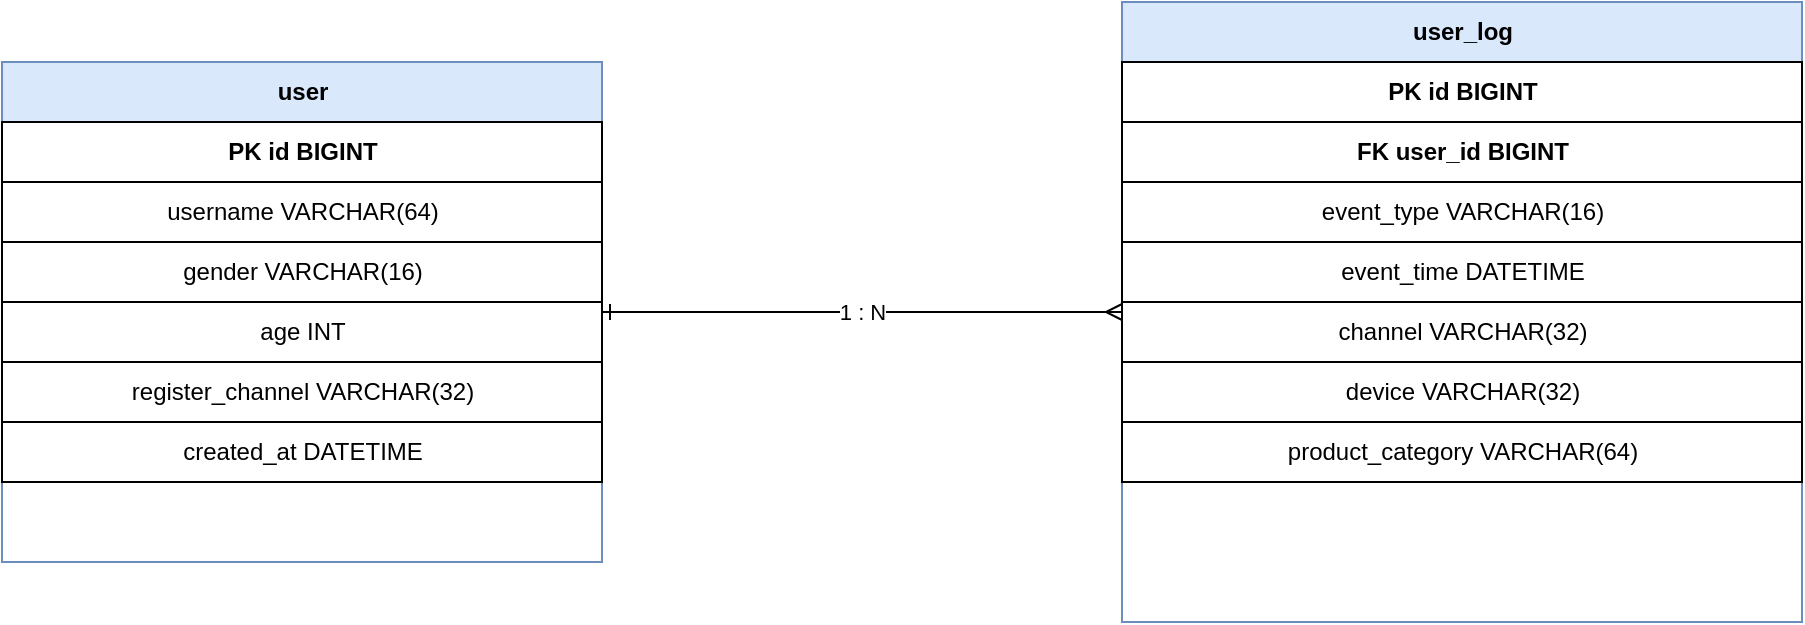
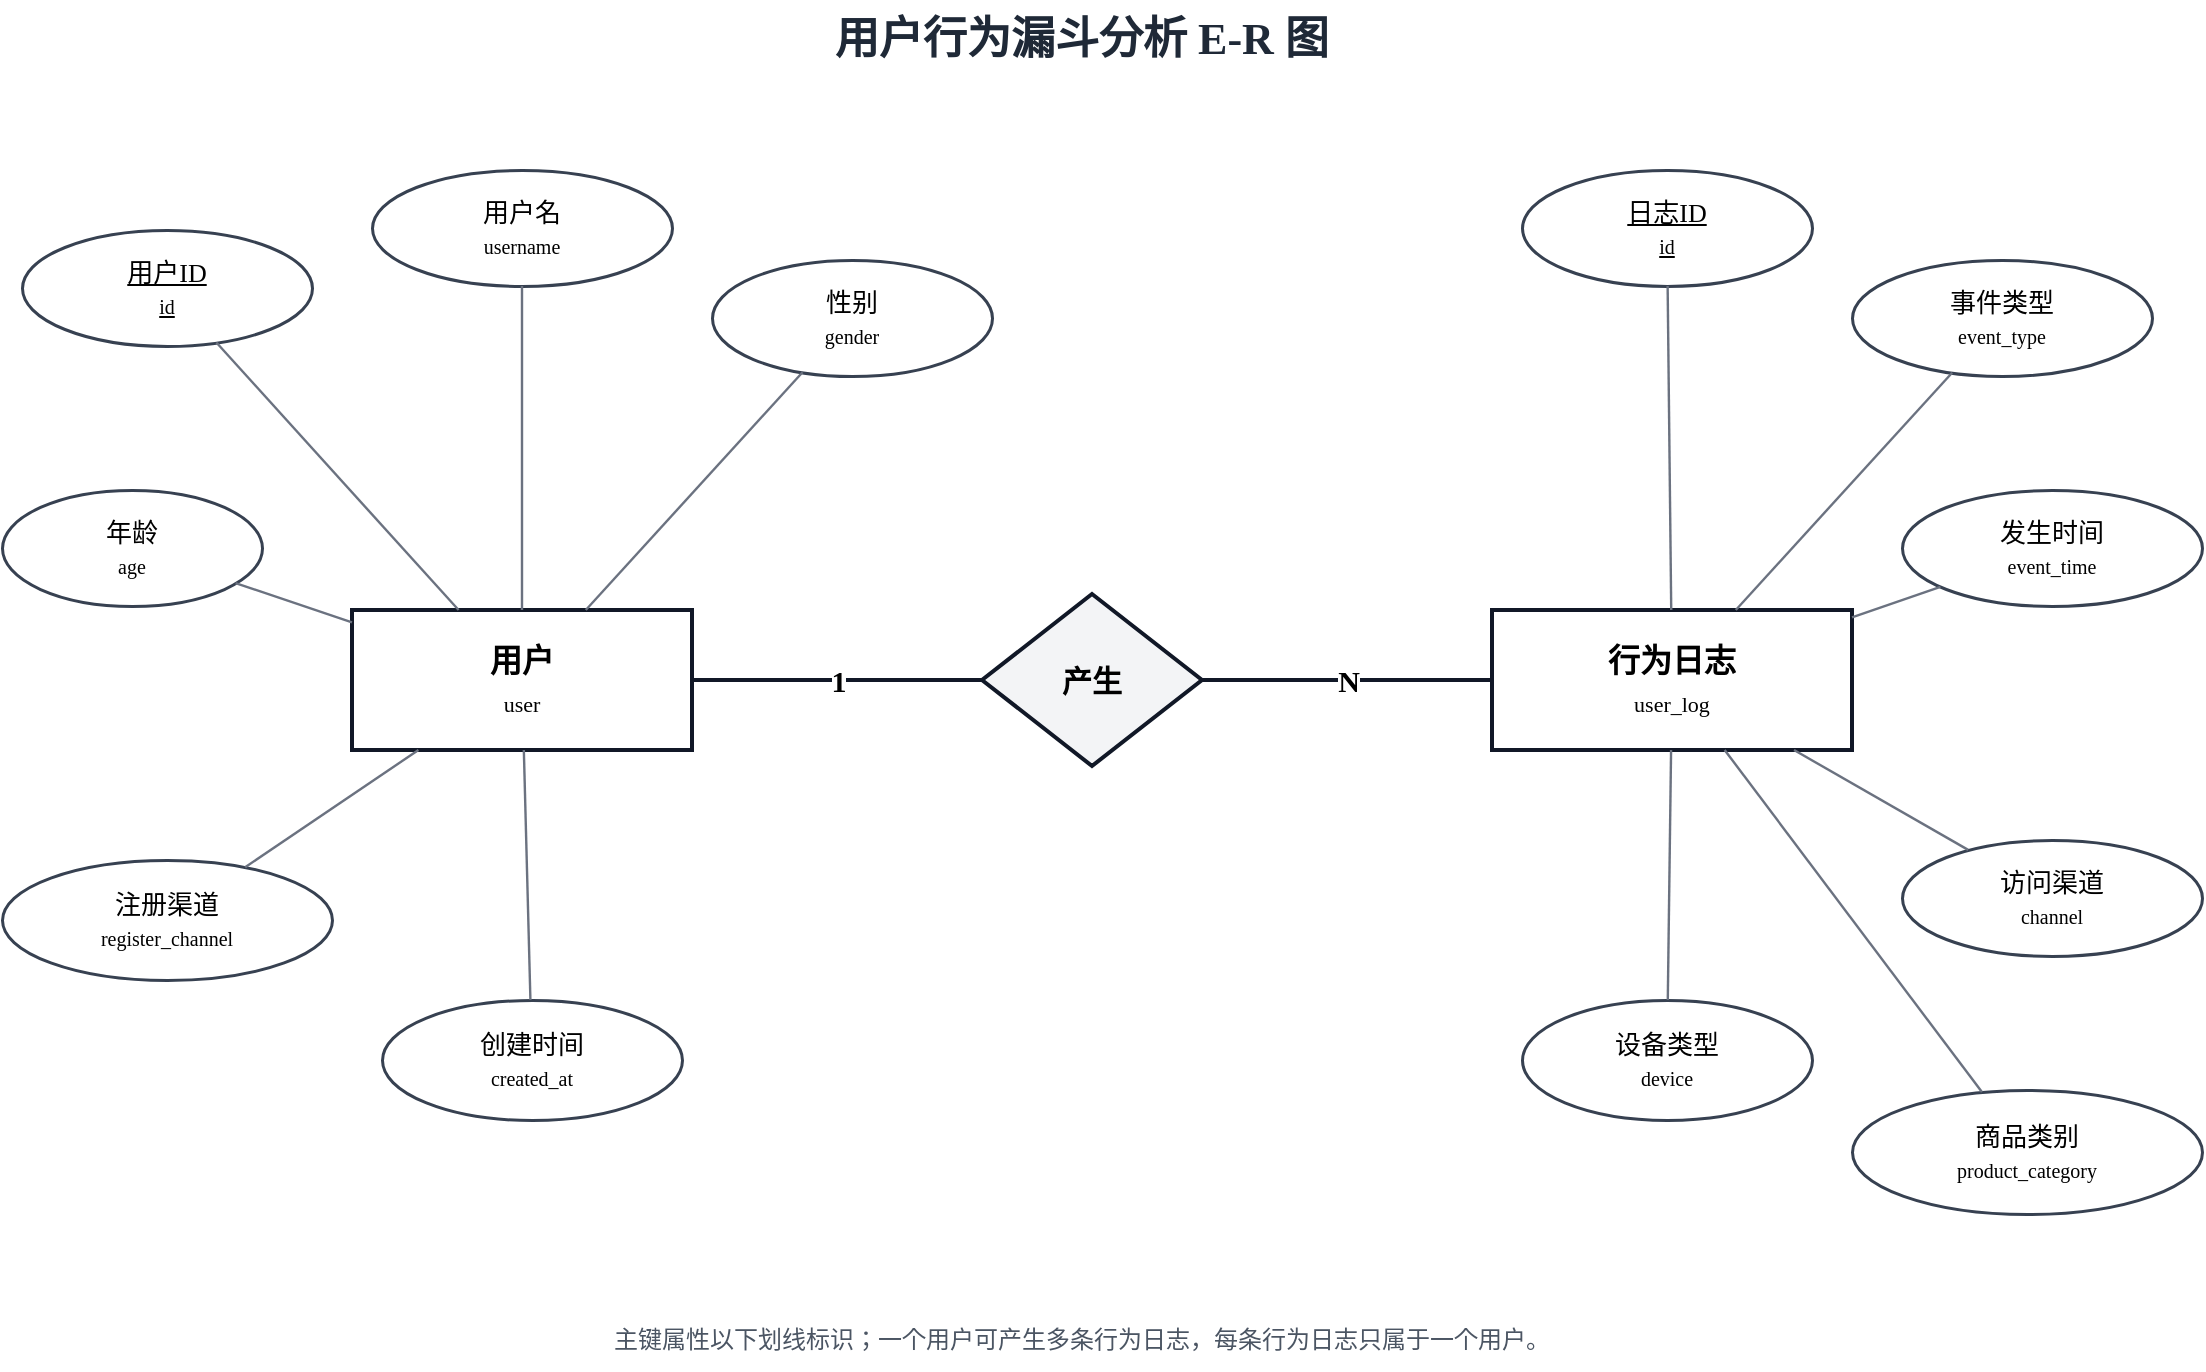
<?xml version="1.0" encoding="UTF-8"?>
- <mxfile host="drawio" version="26.0.0">
-   <diagram name="ERD">
+ <mxfile host="drawio" version="30.0.4">
+   <diagram name="E-R 图">
    <mxGraphModel dx="1200" dy="800" grid="1" gridSize="10" guides="1" tooltips="1" connect="1" arrows="1" fold="1" page="1" pageScale="1" pageWidth="1169" pageHeight="827" math="0" shadow="0">
      <root>
        <mxCell id="0"/>
        <mxCell id="1" parent="0"/>
-         <mxCell id="2" value="user" style="shape=table;startSize=30;container=1;collapsible=1;childLayout=tableLayout;fixedRows=1;rowLines=0;fontStyle=1;strokeColor=#6c8ebf;fillColor=#dae8fc;html=1;" vertex="1" parent="1">
-           <mxGeometry x="120" y="120" width="300" height="250" as="geometry"/>
+         <mxCell id="title" value="用户行为漏斗分析 E-R 图" style="text;html=1;strokeColor=none;fillColor=none;align=center;verticalAlign=middle;whiteSpace=wrap;fontFamily=Microsoft YaHei;fontSize=22;fontStyle=1;fontColor=#1f2937;" vertex="1" parent="1">
+           <mxGeometry x="350" y="35" width="470" height="40" as="geometry"/>
        </mxCell>
-         <mxCell id="3" value="PK id BIGINT" style="shape=tableRow;horizontal=1;startSize=0;swimlaneHead=0;swimlaneBody=0;fillColor=none;collapsible=0;dropTarget=0;points=[[0,0.5],[1,0.5]];portConstraint=eastwest;fontSize=12;fontStyle=1;html=1;" vertex="1" parent="2">
-           <mxGeometry y="30" width="300" height="30" as="geometry"/>
+         <mxCell id="user" value="&lt;b&gt;用户&lt;/b&gt;&lt;br&gt;&lt;font style=&quot;font-size:11px&quot;&gt;user&lt;/font&gt;" style="rounded=0;whiteSpace=wrap;html=1;fillColor=#ffffff;strokeColor=#111827;strokeWidth=2;fontFamily=Microsoft YaHei;fontSize=16;align=center;verticalAlign=middle;" vertex="1" parent="1">
+           <mxGeometry x="220" y="340" width="170" height="70" as="geometry"/>
        </mxCell>
-         <mxCell id="4" value="username VARCHAR(64)" style="shape=tableRow;horizontal=1;startSize=0;swimlaneHead=0;swimlaneBody=0;fillColor=none;collapsible=0;dropTarget=0;points=[[0,0.5],[1,0.5]];portConstraint=eastwest;fontSize=12;html=1;" vertex="1" parent="2">
-           <mxGeometry y="60" width="300" height="30" as="geometry"/>
+         <mxCell id="log" value="&lt;b&gt;行为日志&lt;/b&gt;&lt;br&gt;&lt;font style=&quot;font-size:11px&quot;&gt;user_log&lt;/font&gt;" style="rounded=0;whiteSpace=wrap;html=1;fillColor=#ffffff;strokeColor=#111827;strokeWidth=2;fontFamily=Microsoft YaHei;fontSize=16;align=center;verticalAlign=middle;" vertex="1" parent="1">
+           <mxGeometry x="790" y="340" width="180" height="70" as="geometry"/>
        </mxCell>
-         <mxCell id="5" value="gender VARCHAR(16)" style="shape=tableRow;horizontal=1;startSize=0;swimlaneHead=0;swimlaneBody=0;fillColor=none;collapsible=0;dropTarget=0;points=[[0,0.5],[1,0.5]];portConstraint=eastwest;fontSize=12;html=1;" vertex="1" parent="2">
-           <mxGeometry y="90" width="300" height="30" as="geometry"/>
+         <mxCell id="relation" value="产生" style="rhombus;whiteSpace=wrap;html=1;fillColor=#f3f4f6;strokeColor=#111827;strokeWidth=2;fontFamily=Microsoft YaHei;fontSize=15;fontStyle=1;align=center;verticalAlign=middle;" vertex="1" parent="1">
+           <mxGeometry x="535" y="332" width="110" height="86" as="geometry"/>
        </mxCell>
-         <mxCell id="6" value="age INT" style="shape=tableRow;horizontal=1;startSize=0;swimlaneHead=0;swimlaneBody=0;fillColor=none;collapsible=0;dropTarget=0;points=[[0,0.5],[1,0.5]];portConstraint=eastwest;fontSize=12;html=1;" vertex="1" parent="2">
-           <mxGeometry y="120" width="300" height="30" as="geometry"/>
+         <mxCell id="user_id" value="用户ID&lt;br&gt;&lt;font style=&quot;font-size:10px&quot;&gt;id&lt;/font&gt;" style="ellipse;whiteSpace=wrap;html=1;fillColor=#ffffff;strokeColor=#374151;strokeWidth=1.5;fontFamily=Microsoft YaHei;fontSize=13;fontStyle=4;align=center;verticalAlign=middle;" vertex="1" parent="1">
+           <mxGeometry x="55" y="150" width="145" height="58" as="geometry"/>
        </mxCell>
-         <mxCell id="7" value="register_channel VARCHAR(32)" style="shape=tableRow;horizontal=1;startSize=0;swimlaneHead=0;swimlaneBody=0;fillColor=none;collapsible=0;dropTarget=0;points=[[0,0.5],[1,0.5]];portConstraint=eastwest;fontSize=12;html=1;" vertex="1" parent="2">
-           <mxGeometry y="150" width="300" height="30" as="geometry"/>
+         <mxCell id="username" value="用户名&lt;br&gt;&lt;font style=&quot;font-size:10px&quot;&gt;username&lt;/font&gt;" style="ellipse;whiteSpace=wrap;html=1;fillColor=#ffffff;strokeColor=#374151;strokeWidth=1.5;fontFamily=Microsoft YaHei;fontSize=13;align=center;verticalAlign=middle;" vertex="1" parent="1">
+           <mxGeometry x="230" y="120" width="150" height="58" as="geometry"/>
        </mxCell>
-         <mxCell id="8" value="created_at DATETIME" style="shape=tableRow;horizontal=1;startSize=0;swimlaneHead=0;swimlaneBody=0;fillColor=none;collapsible=0;dropTarget=0;points=[[0,0.5],[1,0.5]];portConstraint=eastwest;fontSize=12;html=1;" vertex="1" parent="2">
-           <mxGeometry y="180" width="300" height="30" as="geometry"/>
+         <mxCell id="gender" value="性别&lt;br&gt;&lt;font style=&quot;font-size:10px&quot;&gt;gender&lt;/font&gt;" style="ellipse;whiteSpace=wrap;html=1;fillColor=#ffffff;strokeColor=#374151;strokeWidth=1.5;fontFamily=Microsoft YaHei;fontSize=13;align=center;verticalAlign=middle;" vertex="1" parent="1">
+           <mxGeometry x="400" y="165" width="140" height="58" as="geometry"/>
        </mxCell>
-         <mxCell id="9" value="user_log" style="shape=table;startSize=30;container=1;collapsible=1;childLayout=tableLayout;fixedRows=1;rowLines=0;fontStyle=1;strokeColor=#6c8ebf;fillColor=#dae8fc;html=1;" vertex="1" parent="1">
-           <mxGeometry x="680" y="90" width="340" height="310" as="geometry"/>
+         <mxCell id="age" value="年龄&lt;br&gt;&lt;font style=&quot;font-size:10px&quot;&gt;age&lt;/font&gt;" style="ellipse;whiteSpace=wrap;html=1;fillColor=#ffffff;strokeColor=#374151;strokeWidth=1.5;fontFamily=Microsoft YaHei;fontSize=13;align=center;verticalAlign=middle;" vertex="1" parent="1">
+           <mxGeometry x="45" y="280" width="130" height="58" as="geometry"/>
        </mxCell>
-         <mxCell id="10" value="PK id BIGINT" style="shape=tableRow;horizontal=1;startSize=0;swimlaneHead=0;swimlaneBody=0;fillColor=none;collapsible=0;dropTarget=0;points=[[0,0.5],[1,0.5]];portConstraint=eastwest;fontSize=12;fontStyle=1;html=1;" vertex="1" parent="9">
-           <mxGeometry y="30" width="340" height="30" as="geometry"/>
+         <mxCell id="register_channel" value="注册渠道&lt;br&gt;&lt;font style=&quot;font-size:10px&quot;&gt;register_channel&lt;/font&gt;" style="ellipse;whiteSpace=wrap;html=1;fillColor=#ffffff;strokeColor=#374151;strokeWidth=1.5;fontFamily=Microsoft YaHei;fontSize=13;align=center;verticalAlign=middle;" vertex="1" parent="1">
+           <mxGeometry x="45" y="465" width="165" height="60" as="geometry"/>
        </mxCell>
-         <mxCell id="11" value="FK user_id BIGINT" style="shape=tableRow;horizontal=1;startSize=0;swimlaneHead=0;swimlaneBody=0;fillColor=none;collapsible=0;dropTarget=0;points=[[0,0.5],[1,0.5]];portConstraint=eastwest;fontSize=12;fontStyle=1;html=1;" vertex="1" parent="9">
-           <mxGeometry y="60" width="340" height="30" as="geometry"/>
+         <mxCell id="created_at" value="创建时间&lt;br&gt;&lt;font style=&quot;font-size:10px&quot;&gt;created_at&lt;/font&gt;" style="ellipse;whiteSpace=wrap;html=1;fillColor=#ffffff;strokeColor=#374151;strokeWidth=1.5;fontFamily=Microsoft YaHei;fontSize=13;align=center;verticalAlign=middle;" vertex="1" parent="1">
+           <mxGeometry x="235" y="535" width="150" height="60" as="geometry"/>
        </mxCell>
-         <mxCell id="12" value="event_type VARCHAR(16)" style="shape=tableRow;horizontal=1;startSize=0;swimlaneHead=0;swimlaneBody=0;fillColor=none;collapsible=0;dropTarget=0;points=[[0,0.5],[1,0.5]];portConstraint=eastwest;fontSize=12;html=1;" vertex="1" parent="9">
-           <mxGeometry y="90" width="340" height="30" as="geometry"/>
+         <mxCell id="log_id" value="日志ID&lt;br&gt;&lt;font style=&quot;font-size:10px&quot;&gt;id&lt;/font&gt;" style="ellipse;whiteSpace=wrap;html=1;fillColor=#ffffff;strokeColor=#374151;strokeWidth=1.5;fontFamily=Microsoft YaHei;fontSize=13;fontStyle=4;align=center;verticalAlign=middle;" vertex="1" parent="1">
+           <mxGeometry x="805" y="120" width="145" height="58" as="geometry"/>
        </mxCell>
-         <mxCell id="13" value="event_time DATETIME" style="shape=tableRow;horizontal=1;startSize=0;swimlaneHead=0;swimlaneBody=0;fillColor=none;collapsible=0;dropTarget=0;points=[[0,0.5],[1,0.5]];portConstraint=eastwest;fontSize=12;html=1;" vertex="1" parent="9">
-           <mxGeometry y="120" width="340" height="30" as="geometry"/>
+         <mxCell id="event_type" value="事件类型&lt;br&gt;&lt;font style=&quot;font-size:10px&quot;&gt;event_type&lt;/font&gt;" style="ellipse;whiteSpace=wrap;html=1;fillColor=#ffffff;strokeColor=#374151;strokeWidth=1.5;fontFamily=Microsoft YaHei;fontSize=13;align=center;verticalAlign=middle;" vertex="1" parent="1">
+           <mxGeometry x="970" y="165" width="150" height="58" as="geometry"/>
        </mxCell>
-         <mxCell id="14" value="channel VARCHAR(32)" style="shape=tableRow;horizontal=1;startSize=0;swimlaneHead=0;swimlaneBody=0;fillColor=none;collapsible=0;dropTarget=0;points=[[0,0.5],[1,0.5]];portConstraint=eastwest;fontSize=12;html=1;" vertex="1" parent="9">
-           <mxGeometry y="150" width="340" height="30" as="geometry"/>
+         <mxCell id="event_time" value="发生时间&lt;br&gt;&lt;font style=&quot;font-size:10px&quot;&gt;event_time&lt;/font&gt;" style="ellipse;whiteSpace=wrap;html=1;fillColor=#ffffff;strokeColor=#374151;strokeWidth=1.5;fontFamily=Microsoft YaHei;fontSize=13;align=center;verticalAlign=middle;" vertex="1" parent="1">
+           <mxGeometry x="995" y="280" width="150" height="58" as="geometry"/>
        </mxCell>
-         <mxCell id="15" value="device VARCHAR(32)" style="shape=tableRow;horizontal=1;startSize=0;swimlaneHead=0;swimlaneBody=0;fillColor=none;collapsible=0;dropTarget=0;points=[[0,0.5],[1,0.5]];portConstraint=eastwest;fontSize=12;html=1;" vertex="1" parent="9">
-           <mxGeometry y="180" width="340" height="30" as="geometry"/>
+         <mxCell id="channel" value="访问渠道&lt;br&gt;&lt;font style=&quot;font-size:10px&quot;&gt;channel&lt;/font&gt;" style="ellipse;whiteSpace=wrap;html=1;fillColor=#ffffff;strokeColor=#374151;strokeWidth=1.5;fontFamily=Microsoft YaHei;fontSize=13;align=center;verticalAlign=middle;" vertex="1" parent="1">
+           <mxGeometry x="995" y="455" width="150" height="58" as="geometry"/>
        </mxCell>
-         <mxCell id="16" value="product_category VARCHAR(64)" style="shape=tableRow;horizontal=1;startSize=0;swimlaneHead=0;swimlaneBody=0;fillColor=none;collapsible=0;dropTarget=0;points=[[0,0.5],[1,0.5]];portConstraint=eastwest;fontSize=12;html=1;" vertex="1" parent="9">
-           <mxGeometry y="210" width="340" height="30" as="geometry"/>
+         <mxCell id="device" value="设备类型&lt;br&gt;&lt;font style=&quot;font-size:10px&quot;&gt;device&lt;/font&gt;" style="ellipse;whiteSpace=wrap;html=1;fillColor=#ffffff;strokeColor=#374151;strokeWidth=1.5;fontFamily=Microsoft YaHei;fontSize=13;align=center;verticalAlign=middle;" vertex="1" parent="1">
+           <mxGeometry x="805" y="535" width="145" height="60" as="geometry"/>
        </mxCell>
-         <mxCell id="17" value="1 : N" style="edgeStyle=orthogonalEdgeStyle;rounded=1;orthogonalLoop=1;jettySize=auto;html=1;endArrow=ERmany;startArrow=ERone;exitX=1;exitY=0.5;exitDx=0;exitDy=0;entryX=0;entryY=0.5;entryDx=0;entryDy=0;" edge="1" parent="1" source="2" target="9">
+         <mxCell id="product_category" value="商品类别&lt;br&gt;&lt;font style=&quot;font-size:10px&quot;&gt;product_category&lt;/font&gt;" style="ellipse;whiteSpace=wrap;html=1;fillColor=#ffffff;strokeColor=#374151;strokeWidth=1.5;fontFamily=Microsoft YaHei;fontSize=13;align=center;verticalAlign=middle;" vertex="1" parent="1">
+           <mxGeometry x="970" y="580" width="175" height="62" as="geometry"/>
+         </mxCell>
+         <mxCell id="user_relation" value="1" style="edgeStyle=none;rounded=0;html=1;endArrow=none;startArrow=none;strokeColor=#111827;strokeWidth=2;fontFamily=Microsoft YaHei;fontSize=15;fontStyle=1;labelBackgroundColor=#ffffff;" edge="1" parent="1" source="user" target="relation">
          <mxGeometry relative="1" as="geometry"/>
+         </mxCell>
+         <mxCell id="relation_log" value="N" style="edgeStyle=none;rounded=0;html=1;endArrow=none;startArrow=none;strokeColor=#111827;strokeWidth=2;fontFamily=Microsoft YaHei;fontSize=15;fontStyle=1;labelBackgroundColor=#ffffff;" edge="1" parent="1" source="relation" target="log">
+           <mxGeometry relative="1" as="geometry"/>
+         </mxCell>
+         <mxCell id="e_user_id" value="" style="edgeStyle=none;rounded=0;html=1;endArrow=none;startArrow=none;strokeColor=#6b7280;strokeWidth=1.2;" edge="1" parent="1" source="user" target="user_id"><mxGeometry relative="1" as="geometry"/></mxCell>
+         <mxCell id="e_username" value="" style="edgeStyle=none;rounded=0;html=1;endArrow=none;startArrow=none;strokeColor=#6b7280;strokeWidth=1.2;" edge="1" parent="1" source="user" target="username"><mxGeometry relative="1" as="geometry"/></mxCell>
+         <mxCell id="e_gender" value="" style="edgeStyle=none;rounded=0;html=1;endArrow=none;startArrow=none;strokeColor=#6b7280;strokeWidth=1.2;" edge="1" parent="1" source="user" target="gender"><mxGeometry relative="1" as="geometry"/></mxCell>
+         <mxCell id="e_age" value="" style="edgeStyle=none;rounded=0;html=1;endArrow=none;startArrow=none;strokeColor=#6b7280;strokeWidth=1.2;" edge="1" parent="1" source="user" target="age"><mxGeometry relative="1" as="geometry"/></mxCell>
+         <mxCell id="e_register" value="" style="edgeStyle=none;rounded=0;html=1;endArrow=none;startArrow=none;strokeColor=#6b7280;strokeWidth=1.2;" edge="1" parent="1" source="user" target="register_channel"><mxGeometry relative="1" as="geometry"/></mxCell>
+         <mxCell id="e_created" value="" style="edgeStyle=none;rounded=0;html=1;endArrow=none;startArrow=none;strokeColor=#6b7280;strokeWidth=1.2;" edge="1" parent="1" source="user" target="created_at"><mxGeometry relative="1" as="geometry"/></mxCell>
+         <mxCell id="e_log_id" value="" style="edgeStyle=none;rounded=0;html=1;endArrow=none;startArrow=none;strokeColor=#6b7280;strokeWidth=1.2;" edge="1" parent="1" source="log" target="log_id"><mxGeometry relative="1" as="geometry"/></mxCell>
+         <mxCell id="e_event_type" value="" style="edgeStyle=none;rounded=0;html=1;endArrow=none;startArrow=none;strokeColor=#6b7280;strokeWidth=1.2;" edge="1" parent="1" source="log" target="event_type"><mxGeometry relative="1" as="geometry"/></mxCell>
+         <mxCell id="e_event_time" value="" style="edgeStyle=none;rounded=0;html=1;endArrow=none;startArrow=none;strokeColor=#6b7280;strokeWidth=1.2;" edge="1" parent="1" source="log" target="event_time"><mxGeometry relative="1" as="geometry"/></mxCell>
+         <mxCell id="e_channel" value="" style="edgeStyle=none;rounded=0;html=1;endArrow=none;startArrow=none;strokeColor=#6b7280;strokeWidth=1.2;" edge="1" parent="1" source="log" target="channel"><mxGeometry relative="1" as="geometry"/></mxCell>
+         <mxCell id="e_device" value="" style="edgeStyle=none;rounded=0;html=1;endArrow=none;startArrow=none;strokeColor=#6b7280;strokeWidth=1.2;" edge="1" parent="1" source="log" target="device"><mxGeometry relative="1" as="geometry"/></mxCell>
+         <mxCell id="e_product" value="" style="edgeStyle=none;rounded=0;html=1;endArrow=none;startArrow=none;strokeColor=#6b7280;strokeWidth=1.2;" edge="1" parent="1" source="log" target="product_category"><mxGeometry relative="1" as="geometry"/></mxCell>
+         <mxCell id="note" value="主键属性以下划线标识；一个用户可产生多条行为日志，每条行为日志只属于一个用户。" style="text;html=1;strokeColor=none;fillColor=none;align=center;verticalAlign=middle;whiteSpace=wrap;fontFamily=Microsoft YaHei;fontSize=12;fontColor=#4b5563;" vertex="1" parent="1">
+           <mxGeometry x="285" y="690" width="600" height="30" as="geometry"/>
        </mxCell>
      </root>
    </mxGraphModel>
  </diagram>
</mxfile>
